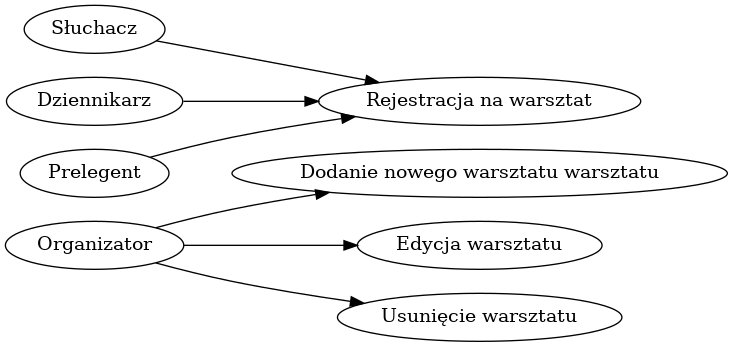
Earlier version of the Graphviz export przypadki.png (zyla/iop_konferencja). Its source is kept beside it as przypadki.dot.
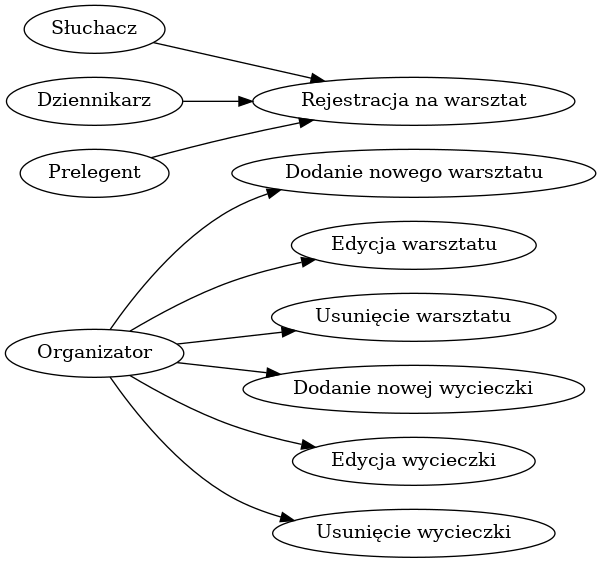
After the change.

What changed in the source:
```diff
@@ -1,6 +1,9 @@
-digraph { rankdir=LR; "Organizator" -> "Dodanie nowego warsztatu warsztatu"
+digraph { rankdir=LR; "Organizator" -> "Dodanie nowego warsztatu"
 "Organizator" -> "Edycja warsztatu"
 "Organizator" -> "Usunięcie warsztatu"
+"Organizator" -> "Dodanie nowej wycieczki"
+"Organizator" -> "Edycja wycieczki"
+"Organizator" -> "Usunięcie wycieczki"
 "Słuchacz" -> "Rejestracja na warsztat"
 "Dziennikarz" -> "Rejestracja na warsztat"
 "Prelegent" -> "Rejestracja na warsztat"
```
